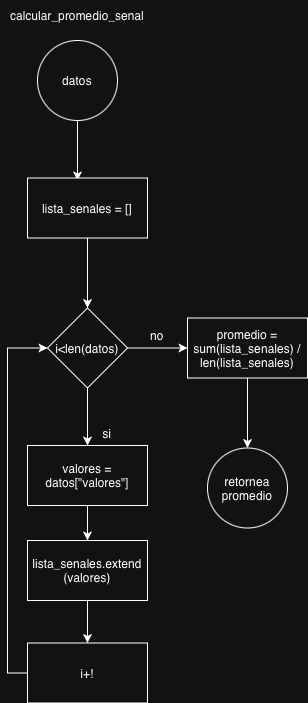
The draw.io diagram Diagramas/calcular_promedio.png in benjacoduti/Pulse_Lab, before a commit. Source tidied: cells renumbered, new cells last; positions are measured from the earlier drawing's top-left corner, leaving out a move shared by most shapes.
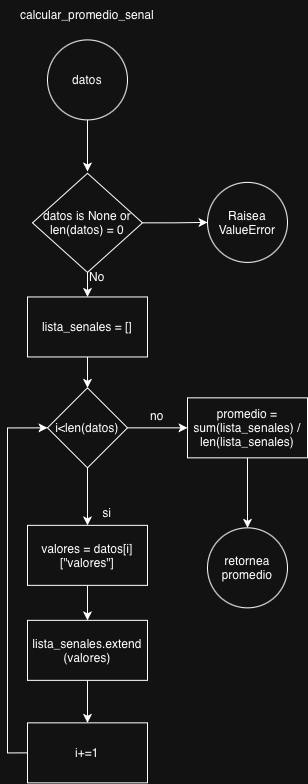
Above is the later version.

The edit, as a diff of the source:
```diff
@@ -3,22 +3,22 @@
     <mxCell id="0" />
     <mxCell id="1" parent="0" />
     <mxCell id="2" value="datos" style="ellipse;whiteSpace=wrap;html=1;" parent="1" vertex="1">
-      <mxGeometry x="10" y="40" width="80" height="80" as="geometry" />
+      <mxGeometry x="220" y="48.4" width="80" height="80" as="geometry" />
     </mxCell>
     <mxCell id="3" value="calcular_promedio_senal" style="text;html=1;whiteSpace=wrap;strokeColor=none;fillColor=none;align=center;verticalAlign=middle;rounded=0;" parent="1" vertex="1">
-      <mxGeometry width="100" height="30" as="geometry" />
+      <mxGeometry x="210" y="8.4" width="100" height="30" as="geometry" />
     </mxCell>
     <mxCell id="4" style="endArrow=classic;html=1;rounded=0;" parent="1" edge="1">
       <mxGeometry relative="1" as="geometry">
-        <mxPoint x="50" y="120" as="sourcePoint" />
-        <mxPoint x="50" y="180" as="targetPoint" />
+        <mxPoint x="260" y="128.4" as="sourcePoint" />
+        <mxPoint x="260" y="180" as="targetPoint" />
       </mxGeometry>
     </mxCell>
     <mxCell id="5" style="edgeStyle=orthogonalEdgeStyle;rounded=0;jettySize=auto;html=1;" parent="1" edge="1" source="6" target="9">
       <mxGeometry relative="1" as="geometry" />
     </mxCell>
     <mxCell id="6" value="lista_senales = []" style="rounded=0;whiteSpace=wrap;html=1;" parent="1" vertex="1">
-      <mxGeometry y="177.5" width="120" height="60" as="geometry" />
+      <mxGeometry x="200" y="305.4" width="120" height="60" as="geometry" />
     </mxCell>
     <mxCell id="7" style="edgeStyle=orthogonalEdgeStyle;rounded=0;jettySize=auto;html=1;" parent="1" edge="1" source="9" target="11">
       <mxGeometry relative="1" as="geometry" />
@@ -27,40 +27,55 @@
       <mxGeometry relative="1" as="geometry" />
     </mxCell>
     <mxCell id="9" value="i&amp;lt;len(datos)" style="rhombus;whiteSpace=wrap;html=1;rounded=0;" parent="1" vertex="1">
-      <mxGeometry x="20" y="307.5" width="80" height="80" as="geometry" />
+      <mxGeometry x="220" y="396.3" width="80" height="80" as="geometry" />
     </mxCell>
     <mxCell id="10" style="edgeStyle=orthogonalEdgeStyle;rounded=0;jettySize=auto;html=1;" parent="1" edge="1" source="11" target="14">
       <mxGeometry relative="1" as="geometry" />
     </mxCell>
-    <mxCell id="11" value="valores = datos[&quot;valores&quot;]" style="whiteSpace=wrap;html=1;rounded=0;" parent="1" vertex="1">
-      <mxGeometry y="445" width="120" height="60" as="geometry" />
+    <mxCell id="11" value="valores = datos[i][&quot;valores&quot;]" style="whiteSpace=wrap;html=1;rounded=0;" parent="1" vertex="1">
+      <mxGeometry x="200" y="533.9" width="120" height="60" as="geometry" />
     </mxCell>
     <mxCell id="12" value="si" style="text;html=1;whiteSpace=wrap;strokeColor=none;fillColor=none;align=center;verticalAlign=middle;rounded=0;" parent="1" vertex="1">
-      <mxGeometry x="50" y="417.5" width="60" height="30" as="geometry" />
+      <mxGeometry x="250" y="506.4" width="60" height="30" as="geometry" />
     </mxCell>
     <mxCell id="13" style="edgeStyle=orthogonalEdgeStyle;rounded=0;jettySize=auto;html=1;" parent="1" edge="1" source="14" target="20">
       <mxGeometry relative="1" as="geometry" />
     </mxCell>
     <mxCell id="14" value="lista_senales.extend&lt;div&gt;(valores)&lt;/div&gt;" style="whiteSpace=wrap;html=1;rounded=0;" parent="1" vertex="1">
-      <mxGeometry y="540" width="120" height="60" as="geometry" />
+      <mxGeometry x="200" y="628.9" width="120" height="60" as="geometry" />
     </mxCell>
     <mxCell id="15" style="edgeStyle=orthogonalEdgeStyle;rounded=0;jettySize=auto;html=1;" parent="1" edge="1" source="16" target="17">
       <mxGeometry relative="1" as="geometry" />
     </mxCell>
     <mxCell id="16" value="promedio = sum(lista_senales) / len(lista_senales)" style="whiteSpace=wrap;html=1;rounded=0;" parent="1" vertex="1">
-      <mxGeometry x="160" y="317.5" width="120" height="60" as="geometry" />
+      <mxGeometry x="360" y="406.3" width="120" height="60" as="geometry" />
     </mxCell>
     <mxCell id="17" value="retornea&lt;div&gt;promedio&lt;/div&gt;" style="ellipse;whiteSpace=wrap;html=1;rounded=0;" parent="1" vertex="1">
-      <mxGeometry x="180" y="447.5" width="80" height="80" as="geometry" />
+      <mxGeometry x="380" y="536.4" width="80" height="80" as="geometry" />
     </mxCell>
     <mxCell id="18" value="no" style="text;html=1;whiteSpace=wrap;strokeColor=none;fillColor=none;align=center;verticalAlign=middle;rounded=0;" parent="1" vertex="1">
-      <mxGeometry x="100" y="320" width="60" height="30" as="geometry" />
+      <mxGeometry x="300" y="408.8" width="60" height="30" as="geometry" />
     </mxCell>
     <mxCell id="19" style="edgeStyle=orthogonalEdgeStyle;rounded=0;jettySize=auto;html=1;exitX=0;exitY=0.5;exitDx=0;exitDy=0;entryX=0;entryY=0.5;entryDx=0;entryDy=0;" parent="1" edge="1" source="20" target="9">
       <mxGeometry relative="1" as="geometry" />
     </mxCell>
-    <mxCell id="20" value="i+!" style="whiteSpace=wrap;html=1;rounded=0;" parent="1" vertex="1">
-      <mxGeometry y="642.5" width="120" height="60" as="geometry" />
+    <mxCell id="20" value="i+=1" style="whiteSpace=wrap;html=1;rounded=0;" parent="1" vertex="1">
+      <mxGeometry x="200" y="731.4" width="120" height="60" as="geometry" />
     </mxCell>
+    <mxCell id="21" style="edgeStyle=orthogonalEdgeStyle;rounded=0;jettySize=auto;html=1;" parent="1" edge="1" source="23" target="6">
+      <mxGeometry relative="1" as="geometry" />
+    </mxCell>
+    <mxCell id="22" style="edgeStyle=orthogonalEdgeStyle;rounded=0;jettySize=auto;html=1;" parent="1" edge="1" source="23" target="25">
+      <mxGeometry relative="1" as="geometry" />
+    </mxCell>
+    <mxCell id="23" value="datos is None or len(datos) = 0" style="rhombus;whiteSpace=wrap;html=1;" parent="1" vertex="1">
+      <mxGeometry x="205" y="181.8" width="110" height="99.1" as="geometry" />
+    </mxCell>
+    <mxCell id="24" value="No" style="text;html=1;whiteSpace=wrap;strokeColor=none;fillColor=none;align=center;verticalAlign=middle;rounded=0;" parent="1" vertex="1">
+      <mxGeometry x="240" y="270" width="60" height="30" as="geometry" />
+    </mxCell>
+    <mxCell id="25" value="Raisea ValueError" style="ellipse;whiteSpace=wrap;html=1;" parent="1" vertex="1">
+      <mxGeometry x="380" y="190.9" width="80" height="80" as="geometry" />
+    </mxCell>
   </root>
 </mxGraphModel>
```
